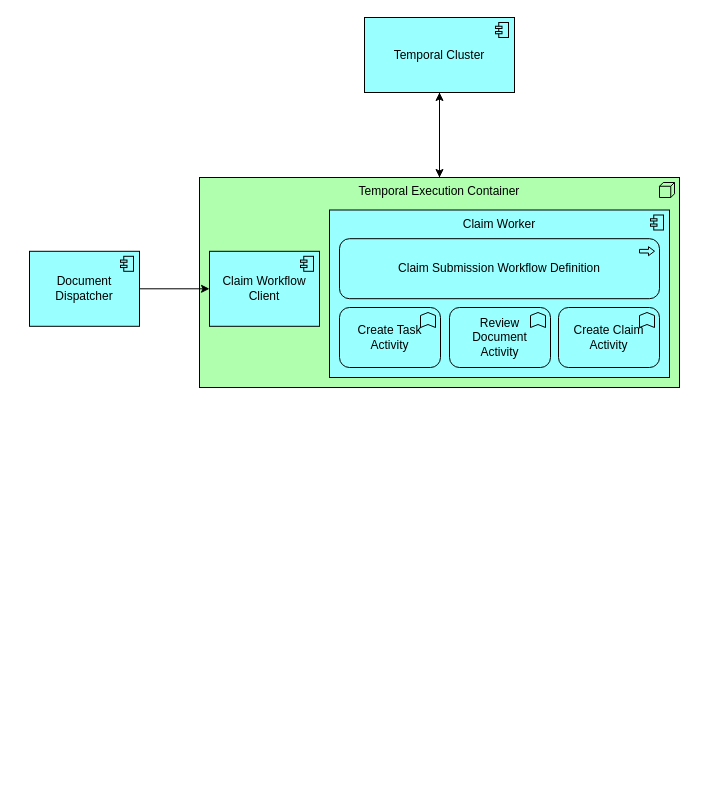
Earlier version of the draw.io diagram Liberty/ClaimSubmissionWorkflowArchitecture.drawio (mswist/draw.io). Source tidied: cells renumbered, new cells numbered last; positions are measured from the earlier drawing's top-left corner, leaving out a move shared by most shapes. Both pictures are drawn from the tidied source at 100%, with x=0, y=0 at pixel (29, 17).
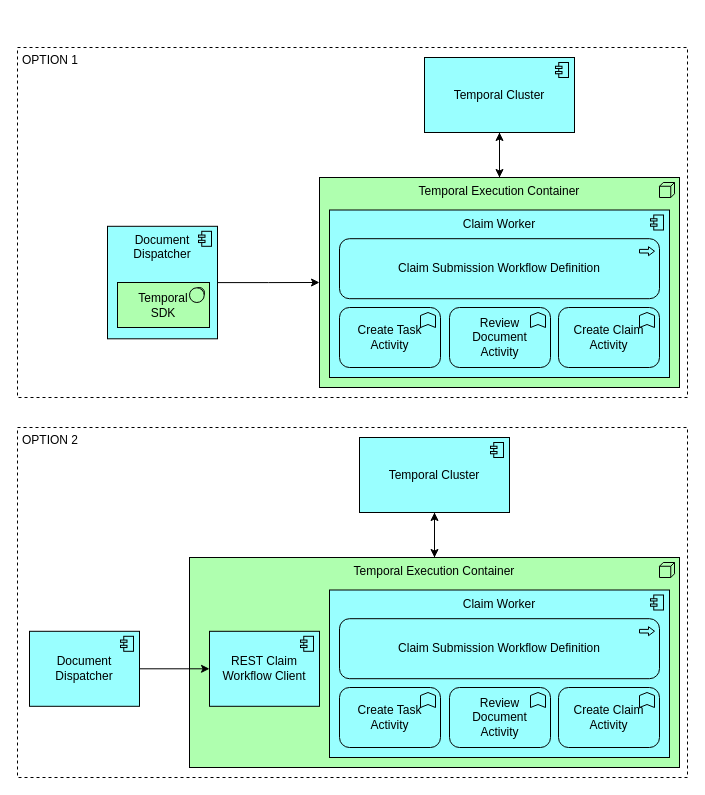
Above is the later version.

The edit, as a diff of the source:
```diff
@@
+    <mxCell id="14" value="OPTION 1" style="verticalLabelPosition=top;verticalAlign=bottom;html=1;shape=mxgraph.basic.rect;fillColor2=none;strokeWidth=1;size=20;indent=5;fillColor=default;dashed=1;labelPosition=left;align=right;spacing=0;spacingLeft=0;spacingRight=-60;spacingTop=0;spacingBottom=-20;" parent="1" vertex="1">
+      <mxGeometry x="-12" y="30" width="670" height="350" as="geometry" />
+    </mxCell>
@@
     <mxCell id="3" value="Temporal Execution Container" style="html=1;outlineConnect=0;whiteSpace=wrap;fillColor=#AFFFAF;shape=mxgraph.archimate3.application;appType=node;archiType=square;labelPosition=center;verticalLabelPosition=middle;align=center;verticalAlign=top;" parent="1" vertex="1">
-      <mxGeometry x="170" y="160" width="480" height="210" as="geometry" />
+      <mxGeometry x="290" y="160" width="360" height="210" as="geometry" />
     </mxCell>
-    <mxCell id="4" value="Claim Workflow Client" style="html=1;outlineConnect=0;whiteSpace=wrap;fillColor=#99ffff;shape=mxgraph.archimate3.application;appType=comp;archiType=square;" parent="1" vertex="1">
-      <mxGeometry x="180" y="233.8" width="110" height="75" as="geometry" />
-    </mxCell>
@@
     <mxCell id="11" value="Temporal Cluster" style="html=1;outlineConnect=0;whiteSpace=wrap;fillColor=#99ffff;shape=mxgraph.archimate3.application;appType=comp;archiType=square;" parent="1" vertex="1">
-      <mxGeometry x="335" width="150" height="75" as="geometry" />
+      <mxGeometry x="395" y="40" width="150" height="75" as="geometry" />
     </mxCell>
-    <mxCell id="12" style="edgeStyle=orthogonalEdgeStyle;rounded=0;jettySize=auto;html=1;" parent="1" edge="1" source="13" target="4">
-      <mxGeometry relative="1" as="geometry" />
-    </mxCell>
+    <mxCell id="15" style="edgeStyle=orthogonalEdgeStyle;rounded=0;jettySize=auto;html=1;" parent="1" edge="1" source="13" target="3">
+      <mxGeometry relative="1" as="geometry" />
+    </mxCell>
-    <mxCell id="13" value="Document Dispatcher" style="html=1;outlineConnect=0;whiteSpace=wrap;fillColor=#99ffff;shape=mxgraph.archimate3.application;appType=comp;archiType=square;" parent="1" vertex="1">
-      <mxGeometry y="233.8" width="110" height="75" as="geometry" />
+    <mxCell id="13" value="Document Dispatcher" style="html=1;outlineConnect=0;whiteSpace=wrap;fillColor=#99ffff;shape=mxgraph.archimate3.application;appType=comp;archiType=square;verticalAlign=top;" parent="1" vertex="1">
+      <mxGeometry x="78" y="208.8" width="110" height="112.5" as="geometry" />
     </mxCell>
+    <mxCell id="16" value="OPTION 2" style="verticalLabelPosition=top;verticalAlign=bottom;html=1;shape=mxgraph.basic.rect;fillColor2=none;strokeWidth=1;size=20;indent=5;fillColor=default;dashed=1;labelPosition=left;align=right;spacing=0;spacingLeft=0;spacingRight=-60;spacingTop=0;spacingBottom=-20;" parent="1" vertex="1">
+      <mxGeometry x="-12" y="410" width="670" height="350" as="geometry" />
+    </mxCell>
+    <mxCell id="17" style="edgeStyle=orthogonalEdgeStyle;rounded=0;jettySize=auto;html=1;" parent="1" edge="1" source="18" target="26">
+      <mxGeometry relative="1" as="geometry" />
+    </mxCell>
+    <mxCell id="18" value="Temporal Execution Container" style="html=1;outlineConnect=0;whiteSpace=wrap;fillColor=#AFFFAF;shape=mxgraph.archimate3.application;appType=node;archiType=square;labelPosition=center;verticalLabelPosition=middle;align=center;verticalAlign=top;" parent="1" vertex="1">
+      <mxGeometry x="160" y="540" width="490" height="210" as="geometry" />
+    </mxCell>
+    <mxCell id="19" value="REST Claim Workflow Client" style="html=1;outlineConnect=0;whiteSpace=wrap;fillColor=#99ffff;shape=mxgraph.archimate3.application;appType=comp;archiType=square;" parent="1" vertex="1">
+      <mxGeometry x="180" y="613.8" width="110" height="75" as="geometry" />
+    </mxCell>
+    <mxCell id="20" value="Claim Worker" style="html=1;whiteSpace=wrap;fillColor=#99ffff;shape=mxgraph.archimate3.application;appType=comp;archiType=square;verticalAlign=top;" parent="1" vertex="1">
+      <mxGeometry x="300" y="572.5" width="340" height="167.5" as="geometry" />
+    </mxCell>
+    <mxCell id="21" value="Claim Submission Workflow Definition" style="html=1;whiteSpace=wrap;fillColor=#99ffff;shape=mxgraph.archimate3.application;appType=proc;archiType=rounded;" parent="1" vertex="1">
+      <mxGeometry x="310" y="601.2" width="320" height="60" as="geometry" />
+    </mxCell>
+    <mxCell id="22" value="Create Task Activity" style="html=1;whiteSpace=wrap;fillColor=#99ffff;shape=mxgraph.archimate3.application;appType=func;archiType=rounded;" parent="1" vertex="1">
+      <mxGeometry x="310" y="670" width="101" height="60" as="geometry" />
+    </mxCell>
+    <mxCell id="23" value="Review&lt;br&gt;Document&lt;br&gt;Activity" style="html=1;whiteSpace=wrap;fillColor=#99ffff;shape=mxgraph.archimate3.application;appType=func;archiType=rounded;" parent="1" vertex="1">
+      <mxGeometry x="420" y="670" width="101" height="60" as="geometry" />
+    </mxCell>
+    <mxCell id="24" value="Create Claim Activity" style="html=1;whiteSpace=wrap;fillColor=#99ffff;shape=mxgraph.archimate3.application;appType=func;archiType=rounded;" parent="1" vertex="1">
+      <mxGeometry x="529" y="670" width="101" height="60" as="geometry" />
+    </mxCell>
+    <mxCell id="25" style="edgeStyle=orthogonalEdgeStyle;rounded=0;jettySize=auto;html=1;" parent="1" edge="1" source="26" target="18">
+      <mxGeometry relative="1" as="geometry" />
+    </mxCell>
+    <mxCell id="26" value="Temporal Cluster" style="html=1;outlineConnect=0;whiteSpace=wrap;fillColor=#99ffff;shape=mxgraph.archimate3.application;appType=comp;archiType=square;" parent="1" vertex="1">
+      <mxGeometry x="330" y="420" width="150" height="75" as="geometry" />
+    </mxCell>
+    <mxCell id="27" style="edgeStyle=orthogonalEdgeStyle;rounded=0;jettySize=auto;html=1;" parent="1" edge="1" source="28" target="19">
+      <mxGeometry relative="1" as="geometry" />
+    </mxCell>
+    <mxCell id="28" value="Document Dispatcher" style="html=1;outlineConnect=0;whiteSpace=wrap;fillColor=#99ffff;shape=mxgraph.archimate3.application;appType=comp;archiType=square;" parent="1" vertex="1">
+      <mxGeometry y="613.8" width="110" height="75" as="geometry" />
+    </mxCell>
+    <mxCell id="29" value="Temporal&lt;br&gt;SDK" style="html=1;whiteSpace=wrap;fillColor=#AFFFAF;shape=mxgraph.archimate3.application;appType=sysSw;archiType=square;" parent="1" vertex="1">
+      <mxGeometry x="88" y="265" width="92" height="45" as="geometry" />
+    </mxCell>
```
